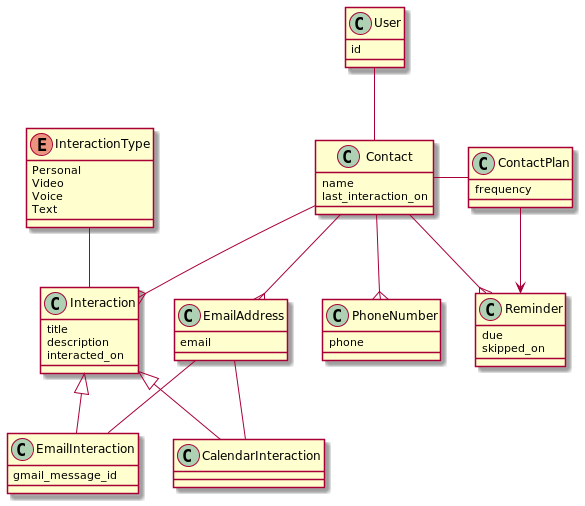
lorey/personal-crm keeps this PlantUML diagram as .docs/models.png. Above is the earlier version.
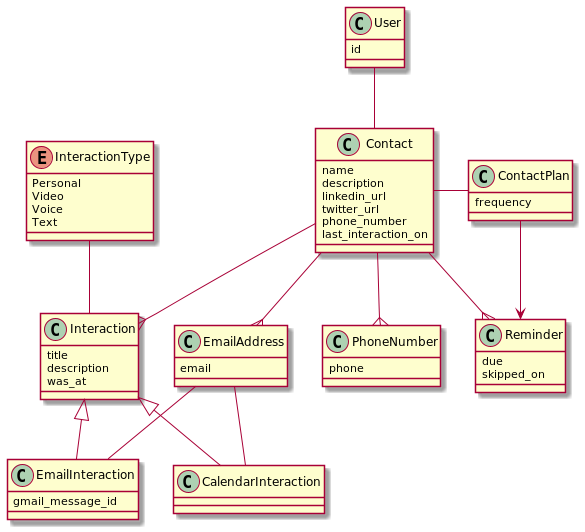
Later version of the same file.

Change to the diagram source:
```diff
@@ -5,6 +5,10 @@
 
 class Contact {
     name
+    description
+    linkedin_url
+    twitter_url
+    phone_number
     last_interaction_on
 }
 User -- Contact
@@ -34,7 +38,7 @@
 class Interaction {
     title
     description
-    interacted_on
+    was_at
 }
 Contact --{ Interaction
 
```
